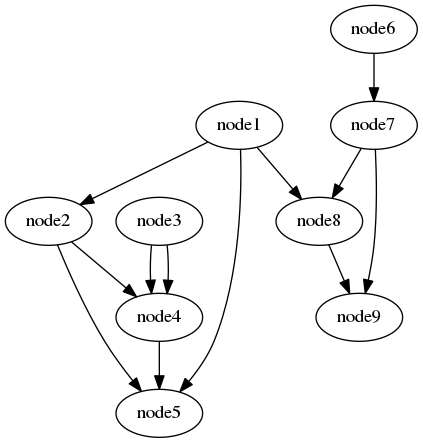
Above: Output_graph.dot.png in firephyz/CADNetworkOptimizer (Graphviz), before the change. Its source is kept beside it as Output_graph.dot.
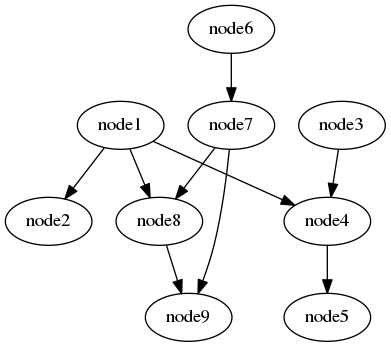
The same diagram one commit later.

Change to the diagram source:
```diff
@@ -1,14 +1,11 @@
 digraph G {
-    node1 -> node2;
-    node1 -> node8;
-    node1 -> node5;
-    node2 -> node5;
-    node2 -> node4;
-    node3 -> node4;
-    node3 -> node4;
-    node4 -> node5;
-    node6 -> node7;
-    node7 -> node8;
-    node7 -> node9;
-    node8 -> node9;
+    node1 -> node2[ label="type0"];
+    node1 -> node8[ label="type0"];
+    node1 -> node4[ label="type0"];
+    node3 -> node4[ label="type0"];
+    node4 -> node5[ label="type0"];
+    node6 -> node7[ label="type0"];
+    node7 -> node8[ label="type0"];
+    node7 -> node9[ label="type0"];
+    node8 -> node9[ label="type0"];
 }
```
